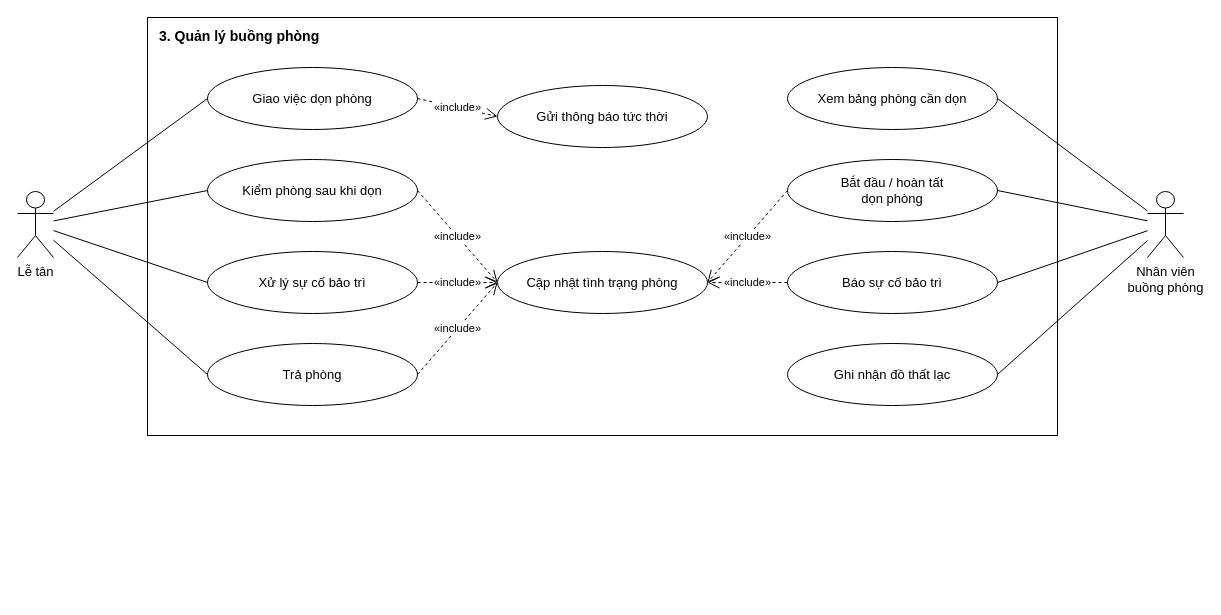
Before: docs/use-case/ucn3-buong-phong.drawio in ngynquchn2511/beach-hotel, a draw.io diagram. Source tidied: cells renumbered, new cells numbered last; positions are measured from the earlier drawing's top-left corner, leaving out a move shared by most shapes. Both pictures are drawn from the tidied source at 100%, with x=0, y=0 at pixel (17, 17).
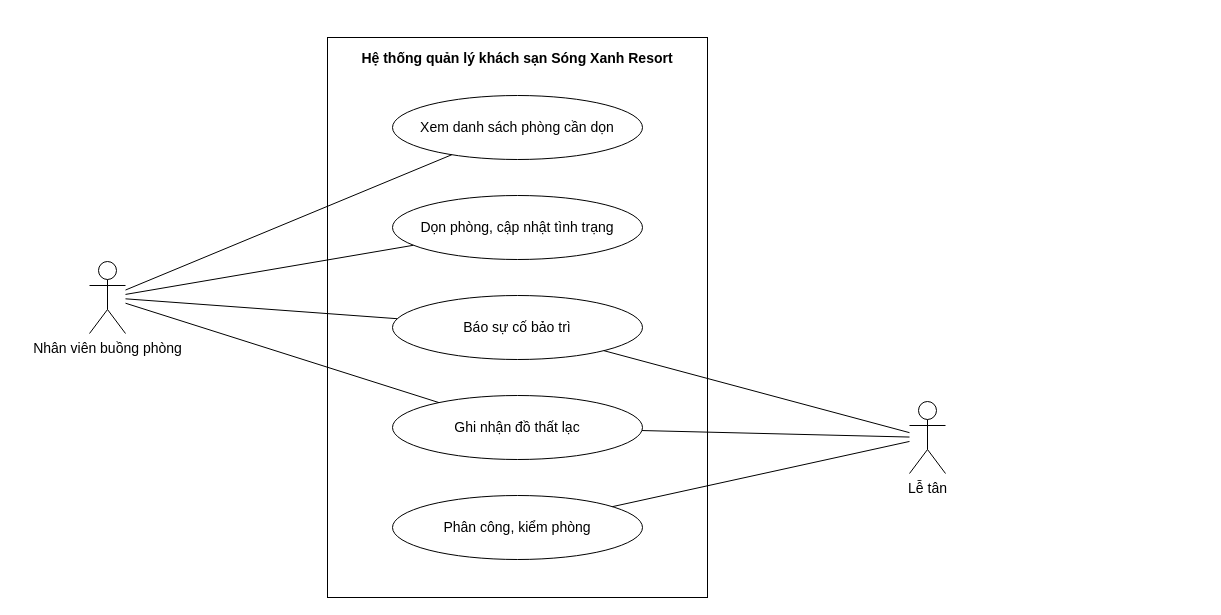
The same page after the edit.

What changed in the source:
```diff
@@
-<mxGraphModel>
+<mxGraphModel background="#FFFFFF">
@@
-    <mxCell id="2" value="3. Quản lý buồng phòng" style="fontFamily=Arial;fontColor=#000000;rounded=0;whiteSpace=wrap;html=1;fillColor=none;strokeColor=#000000;verticalAlign=top;align=left;spacingLeft=10;spacingTop=4;fontStyle=1;fontSize=14;" parent="1" vertex="1">
-      <mxGeometry x="130" width="910" height="418" as="geometry" />
-    </mxCell>
-    <mxCell id="3" value="Giao việc dọn phòng" style="fontFamily=Arial;fontColor=#000000;ellipse;whiteSpace=wrap;html=1;fillColor=#FFFFFF;strokeColor=#000000;fontSize=13;" parent="1" vertex="1">
-      <mxGeometry x="190" y="50" width="210" height="62" as="geometry" />
-    </mxCell>
-    <mxCell id="4" value="Kiểm phòng sau khi dọn" style="fontFamily=Arial;fontColor=#000000;ellipse;whiteSpace=wrap;html=1;fillColor=#FFFFFF;strokeColor=#000000;fontSize=13;" parent="1" vertex="1">
-      <mxGeometry x="190" y="142" width="210" height="62" as="geometry" />
-    </mxCell>
-    <mxCell id="5" value="Xử lý sự cố bảo trì" style="fontFamily=Arial;fontColor=#000000;ellipse;whiteSpace=wrap;html=1;fillColor=#FFFFFF;strokeColor=#000000;fontSize=13;" parent="1" vertex="1">
-      <mxGeometry x="190" y="234" width="210" height="62" as="geometry" />
-    </mxCell>
-    <mxCell id="6" value="Trả phòng" style="fontFamily=Arial;fontColor=#000000;ellipse;whiteSpace=wrap;html=1;fillColor=#FFFFFF;strokeColor=#000000;fontSize=13;" parent="1" vertex="1">
-      <mxGeometry x="190" y="326" width="210" height="62" as="geometry" />
-    </mxCell>
-    <mxCell id="7" value="Gửi thông báo tức thời" style="fontFamily=Arial;fontColor=#000000;ellipse;whiteSpace=wrap;html=1;fillColor=#FFFFFF;strokeColor=#000000;fontSize=13;" parent="1" vertex="1">
-      <mxGeometry x="480" y="68" width="210" height="62" as="geometry" />
-    </mxCell>
-    <mxCell id="8" value="Cập nhật tình trạng phòng" style="fontFamily=Arial;fontColor=#000000;ellipse;whiteSpace=wrap;html=1;fillColor=#FFFFFF;strokeColor=#000000;fontSize=13;" parent="1" vertex="1">
-      <mxGeometry x="480" y="234" width="210" height="62" as="geometry" />
-    </mxCell>
-    <mxCell id="9" value="Xem bảng phòng cần dọn" style="fontFamily=Arial;fontColor=#000000;ellipse;whiteSpace=wrap;html=1;fillColor=#FFFFFF;strokeColor=#000000;fontSize=13;" parent="1" vertex="1">
-      <mxGeometry x="770" y="50" width="210" height="62" as="geometry" />
-    </mxCell>
-    <mxCell id="10" value="Bắt đầu / hoàn tất&lt;br&gt;dọn phòng" style="fontFamily=Arial;fontColor=#000000;ellipse;whiteSpace=wrap;html=1;fillColor=#FFFFFF;strokeColor=#000000;fontSize=13;" parent="1" vertex="1">
-      <mxGeometry x="770" y="142" width="210" height="62" as="geometry" />
-    </mxCell>
+    <mxCell id="29" value="Hệ thống quản lý khách sạn Sóng Xanh Resort" style="fontFamily=Arial;fontColor=#000000;rounded=0;whiteSpace=wrap;html=1;verticalAlign=top;fontStyle=1;fontSize=14;fillColor=none;strokeColor=#000000;spacingTop=6;" parent="1" vertex="1">
+      <mxGeometry x="310" y="20" width="380" height="560" as="geometry" />
+    </mxCell>
+    <mxCell id="30" value="Xem danh sách phòng cần dọn" style="fontFamily=Arial;fontColor=#000000;ellipse;whiteSpace=wrap;html=1;fillColor=#FFFFFF;strokeColor=#000000;fontSize=14;" parent="1" vertex="1">
+      <mxGeometry x="375" y="78" width="250" height="64" as="geometry" />
+    </mxCell>
+    <mxCell id="31" value="Dọn phòng, cập nhật tình trạng" style="fontFamily=Arial;fontColor=#000000;ellipse;whiteSpace=wrap;html=1;fillColor=#FFFFFF;strokeColor=#000000;fontSize=14;" parent="1" vertex="1">
+      <mxGeometry x="375" y="178" width="250" height="64" as="geometry" />
+    </mxCell>
-    <mxCell id="11" value="Báo sự cố bảo trì" style="fontFamily=Arial;fontColor=#000000;ellipse;whiteSpace=wrap;html=1;fillColor=#FFFFFF;strokeColor=#000000;fontSize=13;" parent="1" vertex="1">
-      <mxGeometry x="770" y="234" width="210" height="62" as="geometry" />
+    <mxCell id="11" value="Báo sự cố bảo trì" style="fontFamily=Arial;fontColor=#000000;ellipse;whiteSpace=wrap;html=1;fillColor=#FFFFFF;strokeColor=#000000;fontSize=14;" parent="1" vertex="1">
+      <mxGeometry x="375" y="278" width="250" height="64" as="geometry" />
     </mxCell>
-    <mxCell id="12" value="Ghi nhận đồ thất lạc" style="fontFamily=Arial;fontColor=#000000;ellipse;whiteSpace=wrap;html=1;fillColor=#FFFFFF;strokeColor=#000000;fontSize=13;" parent="1" vertex="1">
-      <mxGeometry x="770" y="326" width="210" height="62" as="geometry" />
+    <mxCell id="12" value="Ghi nhận đồ thất lạc" style="fontFamily=Arial;fontColor=#000000;ellipse;whiteSpace=wrap;html=1;fillColor=#FFFFFF;strokeColor=#000000;fontSize=14;" parent="1" vertex="1">
+      <mxGeometry x="375" y="378" width="250" height="64" as="geometry" />
     </mxCell>
+    <mxCell id="32" value="Phân công, kiểm phòng" style="fontFamily=Arial;fontColor=#000000;ellipse;whiteSpace=wrap;html=1;fillColor=#FFFFFF;strokeColor=#000000;fontSize=14;" parent="1" vertex="1">
+      <mxGeometry x="375" y="478" width="250" height="64" as="geometry" />
+    </mxCell>
+    <mxCell id="18" value="Nhân viên buồng phòng" style="fontFamily=Arial;fontColor=#000000;shape=umlActor;verticalLabelPosition=bottom;verticalAlign=top;html=1;outlineConnect=0;fillColor=#FFFFFF;strokeColor=#000000;fontSize=14;" parent="1" vertex="1">
+      <mxGeometry x="72" y="244" width="36" height="72" as="geometry" />
+    </mxCell>
-    <mxCell id="13" value="Lễ tân" style="fontFamily=Arial;fontColor=#000000;shape=umlActor;verticalLabelPosition=bottom;verticalAlign=top;html=1;outlineConnect=0;fillColor=#FFFFFF;strokeColor=#000000;fontSize=13;" parent="1" vertex="1">
-      <mxGeometry y="174" width="36" height="66" as="geometry" />
+    <mxCell id="13" value="Lễ tân" style="fontFamily=Arial;fontColor=#000000;shape=umlActor;verticalLabelPosition=bottom;verticalAlign=top;html=1;outlineConnect=0;fillColor=#FFFFFF;strokeColor=#000000;fontSize=14;" parent="1" vertex="1">
+      <mxGeometry x="892" y="384" width="36" height="72" as="geometry" />
     </mxCell>
-    <mxCell id="14" style="fontFamily=Arial;fontColor=#000000;endArrow=none;html=1;strokeColor=#000000;entryX=0;entryY=0.5;entryDx=0;entryDy=0;" parent="1" edge="1" source="13" target="3">
-      <mxGeometry relative="1" as="geometry" />
-    </mxCell>
-    <mxCell id="15" style="fontFamily=Arial;fontColor=#000000;endArrow=none;html=1;strokeColor=#000000;entryX=0;entryY=0.5;entryDx=0;entryDy=0;" parent="1" edge="1" source="13" target="4">
-      <mxGeometry relative="1" as="geometry" />
-    </mxCell>
-    <mxCell id="16" style="fontFamily=Arial;fontColor=#000000;endArrow=none;html=1;strokeColor=#000000;entryX=0;entryY=0.5;entryDx=0;entryDy=0;" parent="1" edge="1" source="13" target="5">
-      <mxGeometry relative="1" as="geometry" />
-    </mxCell>
-    <mxCell id="17" style="fontFamily=Arial;fontColor=#000000;endArrow=none;html=1;strokeColor=#000000;entryX=0;entryY=0.5;entryDx=0;entryDy=0;" parent="1" edge="1" source="13" target="6">
-      <mxGeometry relative="1" as="geometry" />
-    </mxCell>
-    <mxCell id="18" value="Nhân viên&lt;br&gt;buồng phòng" style="fontFamily=Arial;fontColor=#000000;shape=umlActor;verticalLabelPosition=bottom;verticalAlign=top;html=1;outlineConnect=0;fillColor=#FFFFFF;strokeColor=#000000;fontSize=13;" parent="1" vertex="1">
-      <mxGeometry x="1130" y="174" width="36" height="66" as="geometry" />
-    </mxCell>
-    <mxCell id="19" style="fontFamily=Arial;fontColor=#000000;endArrow=none;html=1;strokeColor=#000000;entryX=1;entryY=0.5;entryDx=0;entryDy=0;" parent="1" edge="1" source="18" target="9">
-      <mxGeometry relative="1" as="geometry" />
-    </mxCell>
-    <mxCell id="20" style="fontFamily=Arial;fontColor=#000000;endArrow=none;html=1;strokeColor=#000000;entryX=1;entryY=0.5;entryDx=0;entryDy=0;" parent="1" edge="1" source="18" target="10">
-      <mxGeometry relative="1" as="geometry" />
-    </mxCell>
+    <mxCell id="33" style="fontFamily=Arial;fontColor=#000000;endArrow=none;html=1;strokeColor=#000000;rounded=0;" parent="1" edge="1" source="18" target="30">
+      <mxGeometry relative="1" as="geometry" />
+    </mxCell>
+    <mxCell id="34" style="fontFamily=Arial;fontColor=#000000;endArrow=none;html=1;strokeColor=#000000;rounded=0;" parent="1" edge="1" source="18" target="31">
+      <mxGeometry relative="1" as="geometry" />
+    </mxCell>
-    <mxCell id="21" style="fontFamily=Arial;fontColor=#000000;endArrow=none;html=1;strokeColor=#000000;entryX=1;entryY=0.5;entryDx=0;entryDy=0;" parent="1" edge="1" source="18" target="11">
+    <mxCell id="21" style="fontFamily=Arial;fontColor=#000000;endArrow=none;html=1;strokeColor=#000000;rounded=0;" parent="1" edge="1" source="18" target="11">
       <mxGeometry relative="1" as="geometry" />
     </mxCell>
-    <mxCell id="22" style="fontFamily=Arial;fontColor=#000000;endArrow=none;html=1;strokeColor=#000000;entryX=1;entryY=0.5;entryDx=0;entryDy=0;" parent="1" edge="1" source="18" target="12">
+    <mxCell id="22" style="fontFamily=Arial;fontColor=#000000;endArrow=none;html=1;strokeColor=#000000;rounded=0;" parent="1" edge="1" source="18" target="12">
       <mxGeometry relative="1" as="geometry" />
     </mxCell>
-    <mxCell id="23" value="«include»" style="fontFamily=Arial;fontColor=#000000;endArrow=open;endSize=10;dashed=1;html=1;strokeColor=#000000;fontSize=11;labelBackgroundColor=#FFFFFF;exitX=1;exitY=0.5;entryX=0;entryY=0.5;exitDx=0;exitDy=0;entryDx=0;entryDy=0;" parent="1" edge="1" source="3" target="7">
-      <mxGeometry relative="1" as="geometry" />
-    </mxCell>
-    <mxCell id="24" value="«include»" style="fontFamily=Arial;fontColor=#000000;endArrow=open;endSize=10;dashed=1;html=1;strokeColor=#000000;fontSize=11;labelBackgroundColor=#FFFFFF;exitX=1;exitY=0.5;entryX=0;entryY=0.5;exitDx=0;exitDy=0;entryDx=0;entryDy=0;" parent="1" edge="1" source="4" target="8">
-      <mxGeometry relative="1" as="geometry" />
-    </mxCell>
-    <mxCell id="25" value="«include»" style="fontFamily=Arial;fontColor=#000000;endArrow=open;endSize=10;dashed=1;html=1;strokeColor=#000000;fontSize=11;labelBackgroundColor=#FFFFFF;exitX=1;exitY=0.5;entryX=0;entryY=0.5;exitDx=0;exitDy=0;entryDx=0;entryDy=0;" parent="1" edge="1" source="5" target="8">
-      <mxGeometry relative="1" as="geometry" />
-    </mxCell>
-    <mxCell id="26" value="«include»" style="fontFamily=Arial;fontColor=#000000;endArrow=open;endSize=10;dashed=1;html=1;strokeColor=#000000;fontSize=11;labelBackgroundColor=#FFFFFF;exitX=1;exitY=0.5;entryX=0;entryY=0.5;exitDx=0;exitDy=0;entryDx=0;entryDy=0;" parent="1" edge="1" source="6" target="8">
-      <mxGeometry relative="1" as="geometry" />
-    </mxCell>
-    <mxCell id="27" value="«include»" style="fontFamily=Arial;fontColor=#000000;endArrow=open;endSize=10;dashed=1;html=1;strokeColor=#000000;fontSize=11;labelBackgroundColor=#FFFFFF;exitX=0;exitY=0.5;entryX=1;entryY=0.5;exitDx=0;exitDy=0;entryDx=0;entryDy=0;" parent="1" edge="1" source="10" target="8">
-      <mxGeometry relative="1" as="geometry" />
-    </mxCell>
-    <mxCell id="28" value="«include»" style="fontFamily=Arial;fontColor=#000000;endArrow=open;endSize=10;dashed=1;html=1;strokeColor=#000000;fontSize=11;labelBackgroundColor=#FFFFFF;exitX=0;exitY=0.5;entryX=1;entryY=0.5;exitDx=0;exitDy=0;entryDx=0;entryDy=0;" parent="1" edge="1" source="11" target="8">
-      <mxGeometry relative="1" as="geometry" />
-    </mxCell>
+    <mxCell id="35" style="fontFamily=Arial;fontColor=#000000;endArrow=none;html=1;strokeColor=#000000;rounded=0;" parent="1" edge="1" source="13" target="11">
+      <mxGeometry relative="1" as="geometry" />
+    </mxCell>
+    <mxCell id="36" style="fontFamily=Arial;fontColor=#000000;endArrow=none;html=1;strokeColor=#000000;rounded=0;" parent="1" edge="1" source="13" target="12">
+      <mxGeometry relative="1" as="geometry" />
+    </mxCell>
+    <mxCell id="37" style="fontFamily=Arial;fontColor=#000000;endArrow=none;html=1;strokeColor=#000000;rounded=0;" parent="1" edge="1" source="13" target="32">
+      <mxGeometry relative="1" as="geometry" />
+    </mxCell>
```
